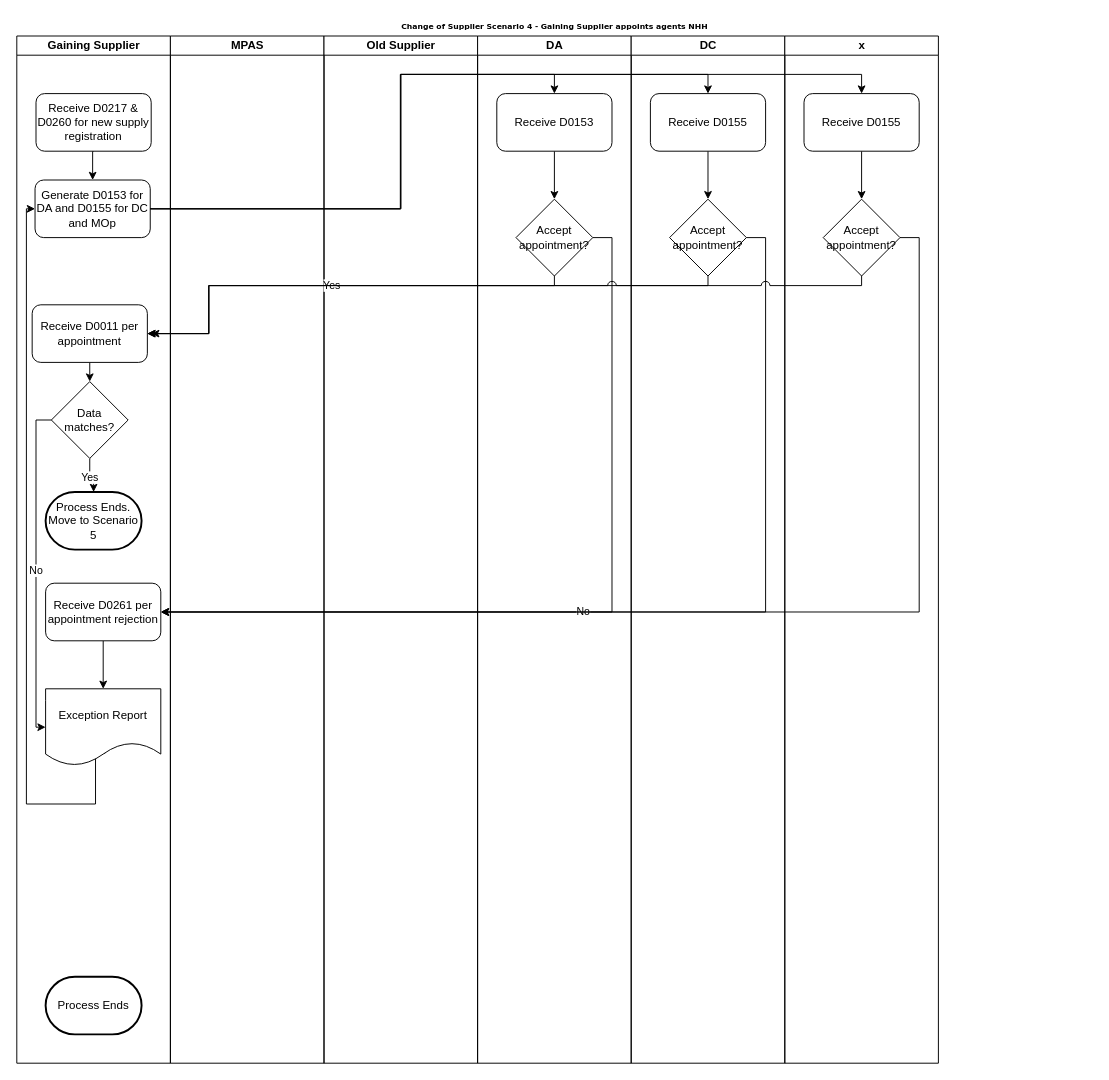
Earlier version of the draw.io diagram Gaining Customer Electricity Scenario 4.drawio (andykanu/energy-business-processes). Source tidied: cells renumbered, new cells numbered last; positions are measured from the earlier drawing's top-left corner, leaving out a move shared by most shapes. Both pictures are drawn from the tidied source at 96%, with x=0, y=0 at pixel (16, 16).
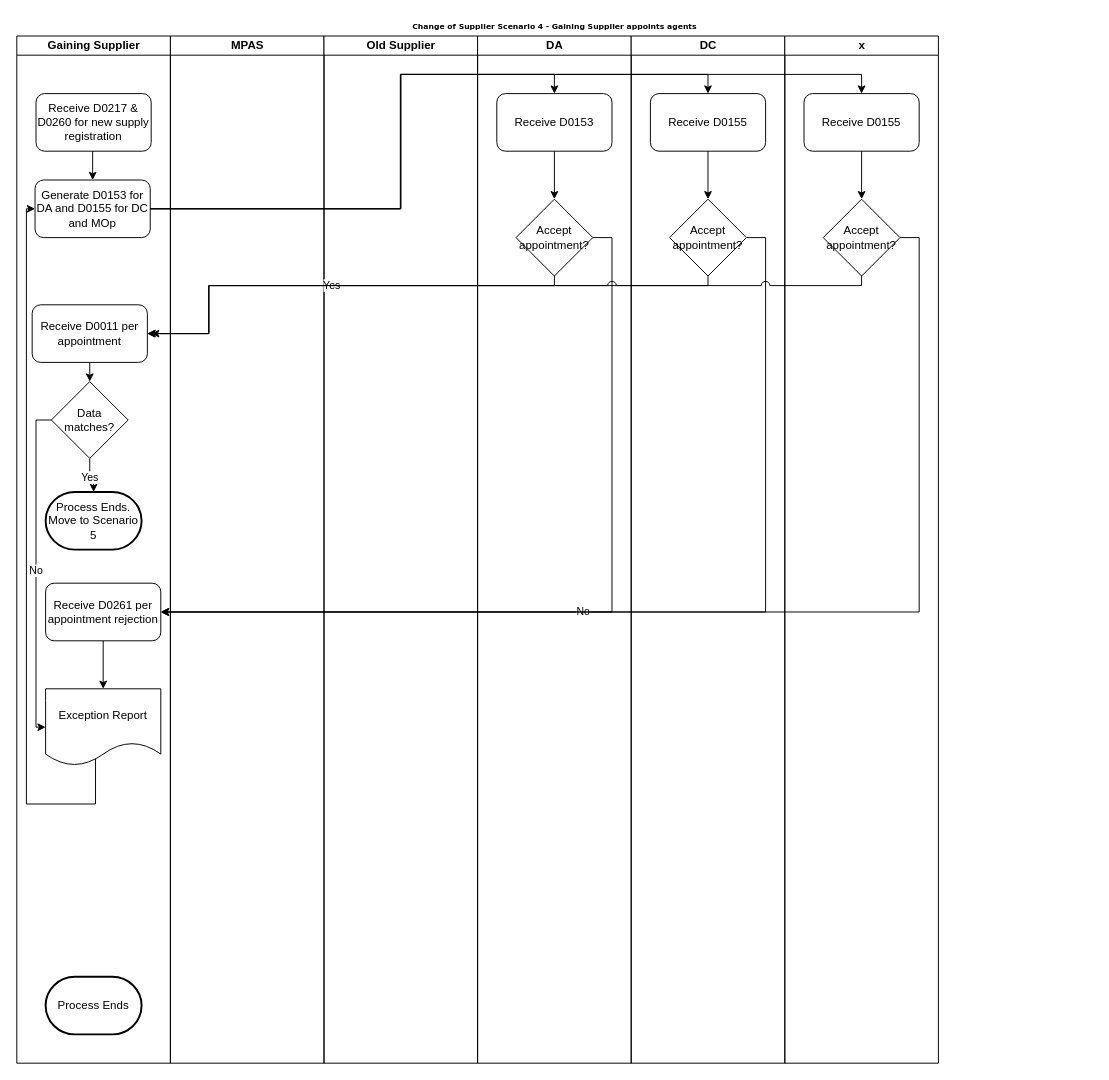
The same diagram, later.

Diff of the diagram source:
```diff
@@
-    <mxCell id="2" value="Change of Supplier Scenario 4 - Gaining Supplier appoints agents NHH" style="swimlane;html=1;startSize=20;rounded=0;shadow=0;labelBackgroundColor=none;strokeColor=none;strokeWidth=1;fillColor=#ffffff;fontFamily=Verdana;fontSize=8;fontColor=#000000;align=center;" parent="1" vertex="1">
+    <mxCell id="2" value="Change of Supplier Scenario 4 - Gaining Supplier appoints agents" style="swimlane;html=1;startSize=20;rounded=0;shadow=0;labelBackgroundColor=none;strokeColor=none;strokeWidth=1;fillColor=#ffffff;fontFamily=Verdana;fontSize=8;fontColor=#000000;align=center;" parent="1" vertex="1">
       <mxGeometry width="1120" height="1090" as="geometry" />
     </mxCell>
```
